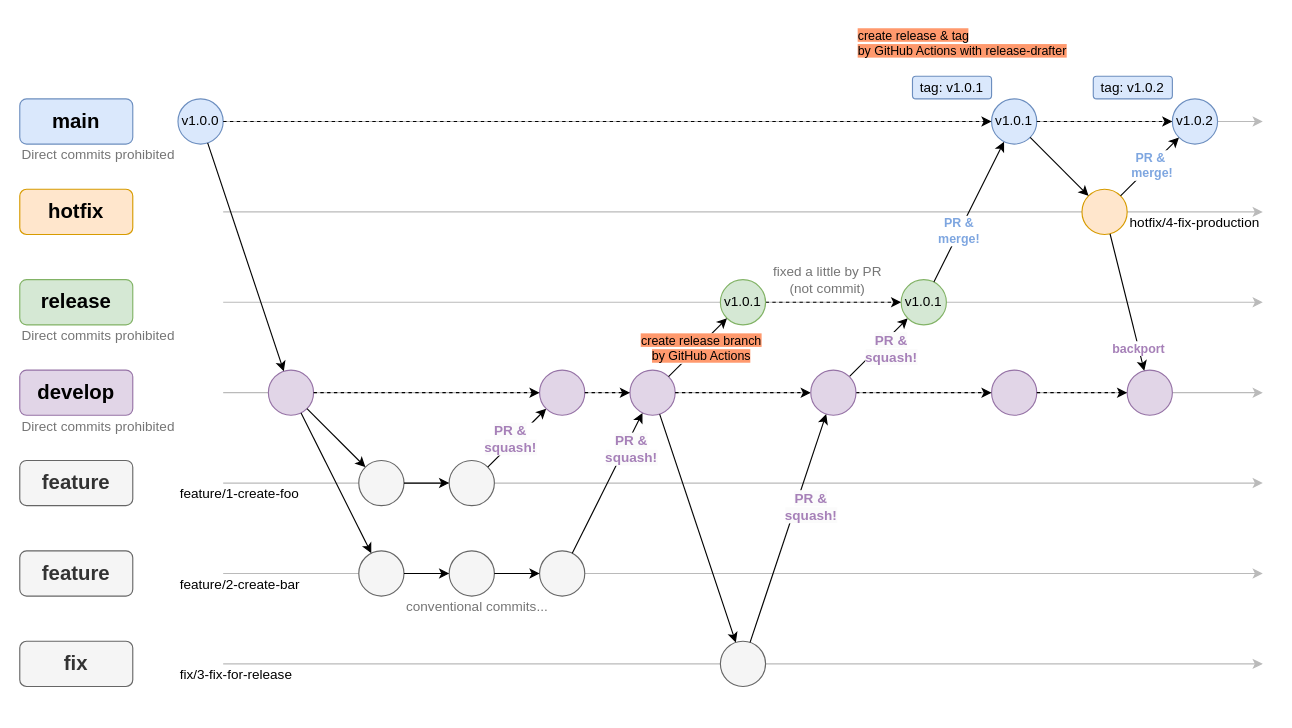
Above: docs/gitflow.drawio in curry-battle/git-flow-boilerplate (draw.io), before the change. Source tidied: cells renumbered, new cells numbered last; positions are measured from the earlier drawing's top-left corner, leaving out a move shared by most shapes. Both pictures are drawn from the tidied source at 113%, with x=0, y=0 at pixel (19, 19).
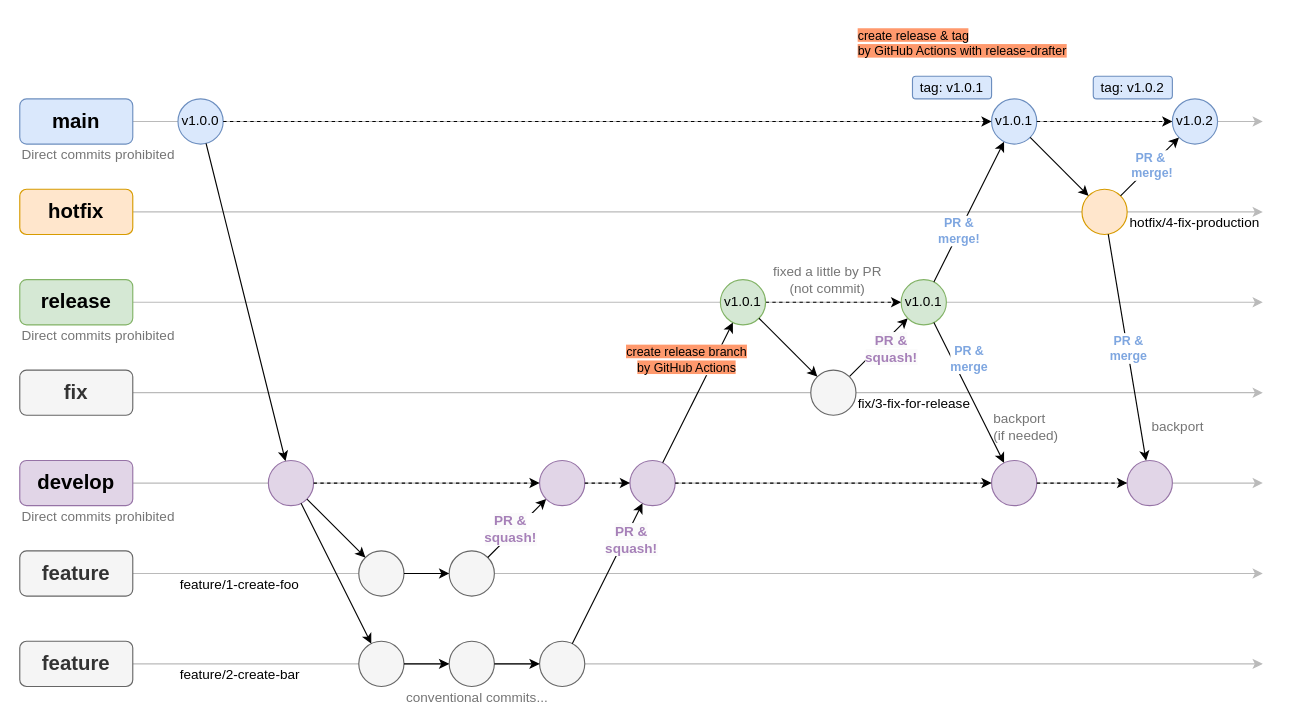
The same diagram, later.

The change refers to these unchanged cells:
```xml
<mxCell id="37" value="v1.0.1" style="ellipse;whiteSpace=wrap;html=1;fillColor=#d5e8d4;strokeColor=#82b366;" parent="9" vertex="1">
  <mxGeometry x="620" y="230" width="40" height="40" as="geometry" />
</mxCell>
<mxCell id="39" value="v1.0.1" style="ellipse;whiteSpace=wrap;html=1;fillColor=#d5e8d4;strokeColor=#82b366;" parent="9" vertex="1">
  <mxGeometry x="780" y="230" width="40" height="40" as="geometry" />
</mxCell>
<mxCell id="40" style="endArrow=classic;html=1;rounded=0;" parent="9" edge="1" source="26" target="37">
  <mxGeometry relative="1" as="geometry" />
</mxCell>
<mxCell id="49" style="endArrow=classic;html=1;rounded=0;" parent="9" edge="1" source="43" target="45">
  <mxGeometry relative="1" as="geometry" />
</mxCell>
```

Change to the diagram source:
```diff
@@
     <mxCell id="2" style="endArrow=classic;html=1;rounded=0;exitX=1;exitY=0.5;exitDx=0;exitDy=0;strokeColor=#BABABA;" parent="1" edge="1">
       <mxGeometry relative="1" as="geometry">
-        <mxPoint x="180" y="90" as="sourcePoint" />
+        <mxPoint x="100" y="90" as="sourcePoint" />
         <mxPoint x="1100" y="90" as="targetPoint" />
       </mxGeometry>
     </mxCell>
     <mxCell id="3" style="endArrow=classic;html=1;rounded=0;exitX=1;exitY=0.5;exitDx=0;exitDy=0;strokeColor=#BABABA;" parent="1" edge="1">
       <mxGeometry relative="1" as="geometry">
-        <mxPoint x="180" y="170" as="sourcePoint" />
+        <mxPoint x="100" y="170" as="sourcePoint" />
         <mxPoint x="1100" y="170" as="targetPoint" />
       </mxGeometry>
     </mxCell>
-    <mxCell id="4" style="endArrow=classic;html=1;rounded=0;exitX=1;exitY=0.5;exitDx=0;exitDy=0;strokeColor=#BABABA;" parent="1" edge="1">
+    <mxCell id="4" style="endArrow=classic;html=1;rounded=0;strokeColor=#BABABA;" parent="1" edge="1">
       <mxGeometry relative="1" as="geometry">
-        <mxPoint x="180" y="250" as="sourcePoint" />
+        <mxPoint x="100" y="250" as="sourcePoint" />
         <mxPoint x="1100" y="250" as="targetPoint" />
       </mxGeometry>
     </mxCell>
     <mxCell id="5" style="endArrow=classic;html=1;rounded=0;exitX=1;exitY=0.5;exitDx=0;exitDy=0;strokeColor=#BABABA;" parent="1" edge="1">
       <mxGeometry relative="1" as="geometry">
-        <mxPoint x="180" y="330" as="sourcePoint" />
+        <mxPoint x="100" y="330" as="sourcePoint" />
         <mxPoint x="1100" y="330" as="targetPoint" />
       </mxGeometry>
     </mxCell>
     <mxCell id="6" style="endArrow=classic;html=1;rounded=0;exitX=1;exitY=0.5;exitDx=0;exitDy=0;strokeColor=#BABABA;" parent="1" edge="1">
       <mxGeometry relative="1" as="geometry">
-        <mxPoint x="180" y="410" as="sourcePoint" />
+        <mxPoint x="100" y="410" as="sourcePoint" />
         <mxPoint x="1100" y="410" as="targetPoint" />
       </mxGeometry>
     </mxCell>
     <mxCell id="7" style="endArrow=classic;html=1;rounded=0;exitX=1;exitY=0.5;exitDx=0;exitDy=0;strokeColor=#BABABA;" parent="1" edge="1">
       <mxGeometry relative="1" as="geometry">
-        <mxPoint x="180" y="490" as="sourcePoint" />
+        <mxPoint x="100" y="490" as="sourcePoint" />
         <mxPoint x="1100" y="490" as="targetPoint" />
       </mxGeometry>
     </mxCell>
     <mxCell id="8" style="endArrow=classic;html=1;rounded=0;exitX=1;exitY=0.5;exitDx=0;exitDy=0;strokeColor=#BABABA;" parent="1" edge="1">
       <mxGeometry relative="1" as="geometry">
-        <mxPoint x="180" y="570" as="sourcePoint" />
+        <mxPoint x="100" y="570" as="sourcePoint" />
         <mxPoint x="1100" y="570" as="targetPoint" />
       </mxGeometry>
     </mxCell>
@@
     <mxCell id="13" value="develop" style="rounded=1;whiteSpace=wrap;html=1;fillColor=#e1d5e7;strokeColor=#9673a6;fontSize=18;fontStyle=1;fontFamily=Helvetica;" parent="9" vertex="1">
-      <mxGeometry y="310" width="100" height="40" as="geometry" />
+      <mxGeometry y="390" width="100" height="40" as="geometry" />
     </mxCell>
     <mxCell id="14" value="feature" style="rounded=1;whiteSpace=wrap;html=1;fillColor=#f5f5f5;strokeColor=#666666;fontSize=18;fontStyle=1;fontColor=#333333;fontFamily=Helvetica;" parent="9" vertex="1">
-      <mxGeometry y="390" width="100" height="40" as="geometry" />
+      <mxGeometry y="470" width="100" height="40" as="geometry" />
     </mxCell>
     <mxCell id="15" value="feature" style="rounded=1;whiteSpace=wrap;html=1;fillColor=#f5f5f5;strokeColor=#666666;fontSize=18;fontStyle=1;fontColor=#333333;fontFamily=Helvetica;" parent="9" vertex="1">
-      <mxGeometry y="470" width="100" height="40" as="geometry" />
+      <mxGeometry y="550" width="100" height="40" as="geometry" />
     </mxCell>
@@
     <mxCell id="17" style="ellipse;whiteSpace=wrap;html=1;fillColor=#e1d5e7;strokeColor=#9673a6;" parent="9" vertex="1">
-      <mxGeometry x="220" y="310" width="40" height="40" as="geometry" />
+      <mxGeometry x="220" y="390" width="40" height="40" as="geometry" />
     </mxCell>
     <mxCell id="18" style="ellipse;whiteSpace=wrap;html=1;fillColor=#f5f5f5;strokeColor=#666666;fontColor=#333333;" parent="9" vertex="1">
-      <mxGeometry x="300" y="390" width="40" height="40" as="geometry" />
+      <mxGeometry x="300" y="470" width="40" height="40" as="geometry" />
     </mxCell>
     <mxCell id="19" style="ellipse;whiteSpace=wrap;html=1;fillColor=#f5f5f5;strokeColor=#666666;fontColor=#333333;" parent="9" vertex="1">
-      <mxGeometry x="300" y="470" width="40" height="40" as="geometry" />
+      <mxGeometry x="300" y="550" width="40" height="40" as="geometry" />
     </mxCell>
@@
     <mxCell id="23" style="ellipse;whiteSpace=wrap;html=1;fillColor=#f5f5f5;strokeColor=#666666;fontColor=#333333;" parent="9" vertex="1">
-      <mxGeometry x="380" y="390" width="40" height="40" as="geometry" />
+      <mxGeometry x="380" y="470" width="40" height="40" as="geometry" />
     </mxCell>
     <mxCell id="24" style="ellipse;whiteSpace=wrap;html=1;fillColor=#f5f5f5;strokeColor=#666666;fontColor=#333333;" parent="9" vertex="1">
-      <mxGeometry x="460" y="470" width="40" height="40" as="geometry" />
+      <mxGeometry x="460" y="550" width="40" height="40" as="geometry" />
     </mxCell>
     <mxCell id="25" style="ellipse;whiteSpace=wrap;html=1;fillColor=#f5f5f5;strokeColor=#666666;fontColor=#333333;" parent="9" vertex="1">
-      <mxGeometry x="380" y="470" width="40" height="40" as="geometry" />
+      <mxGeometry x="380" y="550" width="40" height="40" as="geometry" />
     </mxCell>
     <mxCell id="26" style="ellipse;whiteSpace=wrap;html=1;fillColor=#e1d5e7;strokeColor=#9673a6;" parent="9" vertex="1">
-      <mxGeometry x="540" y="310" width="40" height="40" as="geometry" />
+      <mxGeometry x="540" y="390" width="40" height="40" as="geometry" />
     </mxCell>
@@
     <mxCell id="34" style="ellipse;whiteSpace=wrap;html=1;fillColor=#e1d5e7;strokeColor=#9673a6;" parent="9" vertex="1">
-      <mxGeometry x="460" y="310" width="40" height="40" as="geometry" />
+      <mxGeometry x="460" y="390" width="40" height="40" as="geometry" />
     </mxCell>
@@
-    <mxCell id="38" style="endArrow=classic;html=1;rounded=0;" parent="9" edge="1" source="72" target="39">
+    <mxCell id="38" style="endArrow=classic;html=1;rounded=0;" parent="9" edge="1" source="69" target="39">
       <mxGeometry relative="1" as="geometry" />
     </mxCell>
@@
     <mxCell id="41" value="&lt;font style=&quot;color: rgb(0, 0, 0); background-color: rgb(255, 153, 109);&quot;&gt;create release branch&lt;br&gt;by GitHub Actions&lt;/font&gt;" style="edgeLabel;html=1;align=center;verticalAlign=middle;" parent="40" vertex="1">
       <mxGeometry x="0.13" y="1" relative="1" as="geometry">
-        <mxPoint y="4" as="offset" />
+        <mxPoint x="-13" y="-21" as="offset" />
       </mxGeometry>
     </mxCell>
@@
     <mxCell id="45" style="ellipse;whiteSpace=wrap;html=1;fillColor=#e1d5e7;strokeColor=#9673a6;" parent="9" vertex="1">
-      <mxGeometry x="980" y="310" width="40" height="40" as="geometry" />
+      <mxGeometry x="980" y="390" width="40" height="40" as="geometry" />
     </mxCell>
@@
-    <mxCell id="50" value="&lt;span style=&quot;color: rgb(166, 128, 184); font-family: Arial, sans-serif; font-weight: 700; text-align: start; text-wrap: wrap;&quot;&gt;backport&lt;/span&gt;" style="edgeLabel;html=1;align=center;verticalAlign=middle;" parent="49" vertex="1">
+    <mxCell id="50" value="&lt;div&gt;&lt;span style=&quot;font-family: Arial, sans-serif; font-weight: 700; text-wrap: wrap; background-color: light-dark(#ffffff, var(--ge-dark-color, #121212));&quot;&gt;PR &amp;amp;&lt;br&gt;&lt;/span&gt;&lt;span style=&quot;font-family: Arial, sans-serif; font-weight: 700; text-wrap: wrap; background-color: light-dark(#ffffff, var(--ge-dark-color, #121212));&quot;&gt;merge&lt;/span&gt;&lt;/div&gt;" style="edgeLabel;html=1;align=center;verticalAlign=middle;fontColor=#7EA6E0;" parent="49" vertex="1">
       <mxGeometry x="0.31" y="-1" relative="1" as="geometry">
-        <mxPoint x="6" y="21" as="offset" />
+        <mxPoint x="-4" y="-31" as="offset" />
       </mxGeometry>
     </mxCell>
@@
     <mxCell id="53" style="ellipse;whiteSpace=wrap;html=1;fillColor=#e1d5e7;strokeColor=#9673a6;" parent="9" vertex="1">
-      <mxGeometry x="860" y="310" width="40" height="40" as="geometry" />
+      <mxGeometry x="860" y="390" width="40" height="40" as="geometry" />
     </mxCell>
@@
     <mxCell id="58" value="feature/1-create-foo" style="text;html=1;align=left;verticalAlign=middle;whiteSpace=wrap;rounded=0;" parent="9" vertex="1">
-      <mxGeometry x="140" y="410" width="120" height="20" as="geometry" />
+      <mxGeometry x="140" y="490" width="120" height="20" as="geometry" />
     </mxCell>
     <mxCell id="59" value="feature/2-create-bar" style="text;html=1;align=left;verticalAlign=middle;whiteSpace=wrap;rounded=0;" parent="9" vertex="1">
-      <mxGeometry x="140" y="490" width="120" height="20" as="geometry" />
+      <mxGeometry x="140" y="570" width="120" height="20" as="geometry" />
     </mxCell>
     <mxCell id="60" value="conventional commits..." style="text;html=1;align=center;verticalAlign=middle;whiteSpace=wrap;rounded=0;fontColor=#757575;" parent="9" vertex="1">
-      <mxGeometry x="330" y="510" width="150" height="20" as="geometry" />
+      <mxGeometry x="330" y="590" width="150" height="20" as="geometry" />
     </mxCell>
@@
-    <mxCell id="63" style="endArrow=classic;html=1;rounded=0;dashed=1;" parent="9" edge="1" source="26" target="72">
-      <mxGeometry relative="1" as="geometry" />
-    </mxCell>
@@
     <mxCell id="67" value="fix" style="rounded=1;whiteSpace=wrap;html=1;fillColor=#f5f5f5;strokeColor=#666666;fontSize=18;fontStyle=1;fontColor=#333333;fontFamily=Helvetica;" parent="9" vertex="1">
-      <mxGeometry y="550" width="100" height="40" as="geometry" />
+      <mxGeometry y="310" width="100" height="40" as="geometry" />
     </mxCell>
     <mxCell id="68" value="fix/3-fix-for-release" style="text;html=1;align=left;verticalAlign=middle;whiteSpace=wrap;rounded=0;" parent="9" vertex="1">
-      <mxGeometry x="140" y="570" width="140" height="20" as="geometry" />
+      <mxGeometry x="740" y="330" width="140" height="20" as="geometry" />
     </mxCell>
     <mxCell id="69" style="ellipse;whiteSpace=wrap;html=1;fillColor=#f5f5f5;strokeColor=#666666;fontColor=#333333;" parent="9" vertex="1">
-      <mxGeometry x="620" y="550" width="40" height="40" as="geometry" />
+      <mxGeometry x="700" y="310" width="40" height="40" as="geometry" />
     </mxCell>
-    <mxCell id="70" style="endArrow=classic;html=1;rounded=0;" parent="9" edge="1" source="26" target="69">
+    <mxCell id="70" style="endArrow=classic;html=1;rounded=0;" parent="9" edge="1" source="37" target="69">
       <mxGeometry relative="1" as="geometry" />
     </mxCell>
-    <mxCell id="71" style="edgeStyle=orthogonalEdgeStyle;rounded=0;jettySize=auto;html=1;exitX=1;exitY=0.5;exitDx=0;exitDy=0;dashed=1;" parent="9" edge="1" source="72" target="53">
-      <mxGeometry relative="1" as="geometry" />
-    </mxCell>
-    <mxCell id="72" style="ellipse;whiteSpace=wrap;html=1;fillColor=#e1d5e7;strokeColor=#9673a6;" parent="9" vertex="1">
-      <mxGeometry x="700" y="310" width="40" height="40" as="geometry" />
-    </mxCell>
-    <mxCell id="73" style="endArrow=classic;html=1;rounded=0;" parent="9" edge="1" source="69" target="72">
-      <mxGeometry relative="1" as="geometry" />
-    </mxCell>
-    <mxCell id="74" value="&lt;span style=&quot;color: rgb(166, 128, 184); font-size: 12px; font-weight: 700; text-wrap: wrap; background-color: rgb(251, 251, 251);&quot;&gt;PR &amp;amp; squash!&lt;/span&gt;" style="edgeLabel;html=1;align=center;verticalAlign=middle;" parent="73" vertex="1">
-      <mxGeometry x="-0.28" y="1" relative="1" as="geometry">
-        <mxPoint x="30" y="-47" as="offset" />
-      </mxGeometry>
-    </mxCell>
@@
     <mxCell id="76" value="&lt;span style=&quot;&quot;&gt;Direct commits prohibited&lt;/span&gt;" style="text;html=1;align=left;verticalAlign=middle;whiteSpace=wrap;rounded=0;fontColor=#757575;" parent="9" vertex="1">
-      <mxGeometry y="350" width="150" height="20" as="geometry" />
+      <mxGeometry y="430" width="150" height="20" as="geometry" />
     </mxCell>
@@
+    <mxCell id="79" style="endArrow=classic;html=1;rounded=0;" parent="9" edge="1" source="39" target="53">
+      <mxGeometry relative="1" as="geometry" />
+    </mxCell>
+    <mxCell id="80" value="&lt;div&gt;&lt;span style=&quot;font-family: Arial, sans-serif; font-weight: 700; text-align: start; text-wrap: wrap; background-color: light-dark(#ffffff, var(--ge-dark-color, #121212));&quot;&gt;PR &amp;amp; merge&lt;/span&gt;&lt;br&gt;&lt;/div&gt;" style="edgeLabel;html=1;align=center;verticalAlign=middle;fontColor=#7EA6E0;" parent="79" vertex="1">
+      <mxGeometry x="0.31" y="-1" relative="1" as="geometry">
+        <mxPoint x="-9" y="-50" as="offset" />
+      </mxGeometry>
+    </mxCell>
+    <mxCell id="81" value="backport" style="text;html=1;align=left;verticalAlign=middle;whiteSpace=wrap;rounded=0;fontColor=#757575;" parent="9" vertex="1">
+      <mxGeometry x="1000" y="350" width="50" height="20" as="geometry" />
+    </mxCell>
+    <mxCell id="82" value="backport&lt;div&gt;(if needed)&lt;/div&gt;" style="text;html=1;align=left;verticalAlign=middle;whiteSpace=wrap;rounded=0;fontColor=#757575;" parent="9" vertex="1">
+      <mxGeometry x="860" y="350" width="60" height="20" as="geometry" />
+    </mxCell>
+    <mxCell id="83" style="endArrow=classic;html=1;rounded=0;dashed=1;" parent="9" edge="1" source="26" target="53">
+      <mxGeometry relative="1" as="geometry" />
+    </mxCell>
```
